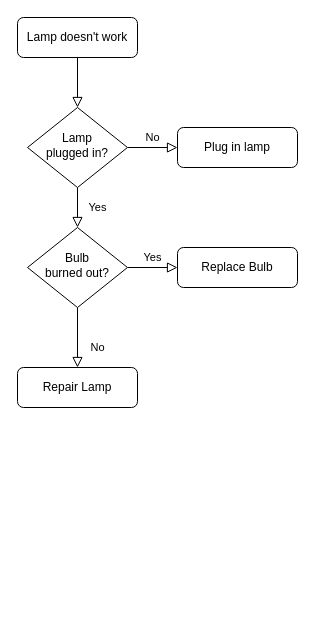
Above: 健康管理逻辑.drawio in goylsf/image (draw.io), before the change. Source tidied: cells renumbered, new cells numbered last; positions are measured from the earlier drawing's top-left corner, leaving out a move shared by most shapes. Both pictures are drawn from the tidied source at 100%, with x=0, y=0 at pixel (17, 17).
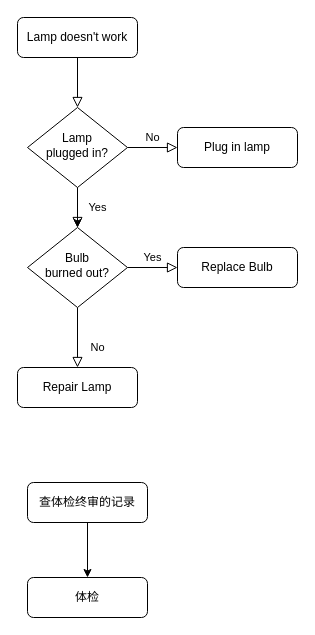
Above is the later version.

Commit message:
更新健康管理逻辑.drawio

What changed in the source:
```diff
@@
 <mxGraphModel>
   <root>
     <mxCell id="0" />
     <mxCell id="1" parent="0" />
     <mxCell id="2" style="rounded=0;html=1;jettySize=auto;fontSize=11;endArrow=block;endFill=0;endSize=8;strokeWidth=1;shadow=0;labelBackgroundColor=none;edgeStyle=orthogonalEdgeStyle;" parent="1" edge="1" source="3" target="6">
       <mxGeometry relative="1" as="geometry" />
     </mxCell>
     <mxCell id="3" value="Lamp doesn't work" style="rounded=1;whiteSpace=wrap;html=1;fontSize=12;glass=0;strokeWidth=1;shadow=0;" parent="1" vertex="1">
       <mxGeometry width="120" height="40" as="geometry" />
     </mxCell>
     <mxCell id="4" value="Yes" style="rounded=0;html=1;jettySize=auto;fontSize=11;endArrow=block;endFill=0;endSize=8;strokeWidth=1;shadow=0;labelBackgroundColor=none;edgeStyle=orthogonalEdgeStyle;" parent="1" edge="1" source="6" target="10">
       <mxGeometry y="20" relative="1" as="geometry" />
     </mxCell>
     <mxCell id="5" value="No" style="edgeStyle=orthogonalEdgeStyle;rounded=0;html=1;jettySize=auto;fontSize=11;endArrow=block;endFill=0;endSize=8;strokeWidth=1;shadow=0;labelBackgroundColor=none;" parent="1" edge="1" source="6" target="7">
       <mxGeometry y="10" relative="1" as="geometry" />
     </mxCell>
+    <mxCell id="13" style="edgeStyle=orthogonalEdgeStyle;rounded=0;jettySize=auto;html=1;" parent="1" edge="1" source="6" target="10">
+      <mxGeometry relative="1" as="geometry" />
+    </mxCell>
     <mxCell id="6" value="Lamp&lt;br&gt;plugged in?" style="rhombus;whiteSpace=wrap;html=1;shadow=0;fontFamily=Helvetica;fontSize=12;align=center;strokeWidth=1;spacing=6;spacingTop=-4;" parent="1" vertex="1">
       <mxGeometry x="10" y="90" width="100" height="80" as="geometry" />
     </mxCell>
     <mxCell id="7" value="Plug in lamp" style="rounded=1;whiteSpace=wrap;html=1;fontSize=12;glass=0;strokeWidth=1;shadow=0;" parent="1" vertex="1">
       <mxGeometry x="160" y="110" width="120" height="40" as="geometry" />
     </mxCell>
     <mxCell id="8" value="No" style="rounded=0;html=1;jettySize=auto;fontSize=11;endArrow=block;endFill=0;endSize=8;strokeWidth=1;shadow=0;labelBackgroundColor=none;edgeStyle=orthogonalEdgeStyle;" parent="1" edge="1" source="10" target="11">
       <mxGeometry x="0.33" y="20" relative="1" as="geometry" />
     </mxCell>
     <mxCell id="9" value="Yes" style="edgeStyle=orthogonalEdgeStyle;rounded=0;html=1;jettySize=auto;fontSize=11;endArrow=block;endFill=0;endSize=8;strokeWidth=1;shadow=0;labelBackgroundColor=none;" parent="1" edge="1" source="10" target="12">
       <mxGeometry y="10" relative="1" as="geometry" />
     </mxCell>
     <mxCell id="10" value="Bulb&lt;br&gt;burned out?" style="rhombus;whiteSpace=wrap;html=1;shadow=0;fontFamily=Helvetica;fontSize=12;align=center;strokeWidth=1;spacing=6;spacingTop=-4;" parent="1" vertex="1">
       <mxGeometry x="10" y="210" width="100" height="80" as="geometry" />
     </mxCell>
     <mxCell id="11" value="Repair Lamp" style="rounded=1;whiteSpace=wrap;html=1;fontSize=12;glass=0;strokeWidth=1;shadow=0;" parent="1" vertex="1">
       <mxGeometry y="350" width="120" height="40" as="geometry" />
     </mxCell>
     <mxCell id="12" value="Replace Bulb" style="rounded=1;whiteSpace=wrap;html=1;fontSize=12;glass=0;strokeWidth=1;shadow=0;" parent="1" vertex="1">
       <mxGeometry x="160" y="230" width="120" height="40" as="geometry" />
     </mxCell>
+    <mxCell id="14" style="edgeStyle=orthogonalEdgeStyle;rounded=0;jettySize=auto;html=1;" parent="1" edge="1" source="15" target="16">
+      <mxGeometry relative="1" as="geometry" />
+    </mxCell>
+    <mxCell id="15" value="查体检终审的记录" style="rounded=1;whiteSpace=wrap;html=1;fontSize=12;glass=0;strokeWidth=1;shadow=0;" parent="1" vertex="1">
+      <mxGeometry x="10" y="465" width="120" height="40" as="geometry" />
+    </mxCell>
+    <mxCell id="16" value="体检" style="rounded=1;whiteSpace=wrap;html=1;fontSize=12;glass=0;strokeWidth=1;shadow=0;" parent="1" vertex="1">
+      <mxGeometry x="10" y="560" width="120" height="40" as="geometry" />
+    </mxCell>
   </root>
 </mxGraphModel>
```
